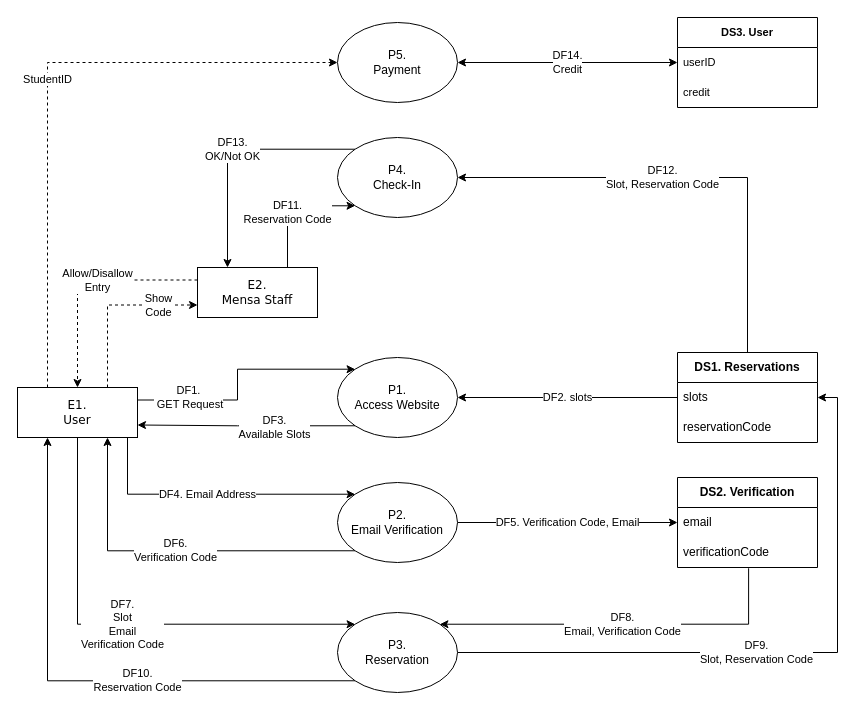
This is page "Complete DFD" (1 of 6) of PETS/PETS_Project1_DFD.drawio from Tobi2K/diagrams.net, a draw.io file, before an edit. Source tidied: cells renumbered, new cells numbered last; positions are measured from the earlier drawing's top-left corner, leaving out a move shared by most shapes. Both pictures are drawn from the tidied source at 100%, with x=0, y=0 at pixel (17, 17).
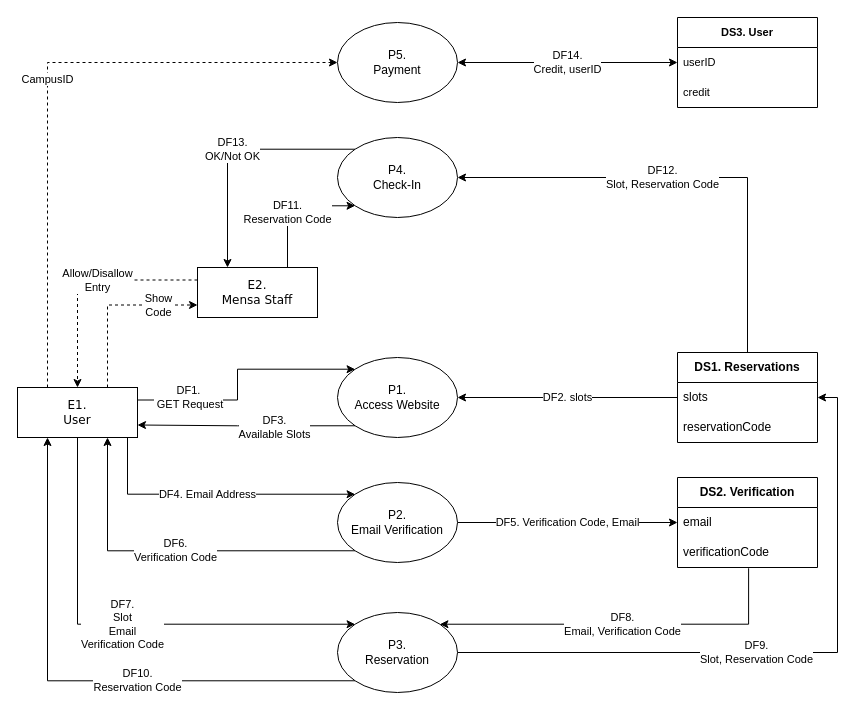
The same page after the edit.

The change refers to these unchanged cells:
```xml
<mxCell id="7" value="&lt;div&gt;E1. &lt;br&gt;&lt;/div&gt;&lt;div&gt;User&lt;/div&gt;" style="whiteSpace=wrap;html=1;rounded=0;shadow=0;comic=0;labelBackgroundColor=none;strokeWidth=1;fontFamily=Verdana;fontSize=12;align=center;" parent="1" vertex="1">
  <mxGeometry y="370" width="120" height="50" as="geometry" />
</mxCell>
<mxCell id="20" value="&lt;div&gt;P5.&lt;/div&gt;&lt;div&gt;Payment&lt;br&gt;&lt;/div&gt;" style="ellipse;whiteSpace=wrap;html=1;" parent="1" vertex="1">
  <mxGeometry x="320" y="5" width="120" height="80" as="geometry" />
</mxCell>
<mxCell id="30" value="userID" style="text;strokeColor=none;fillColor=none;align=left;verticalAlign=middle;spacingLeft=4;spacingRight=4;overflow=hidden;points=[[0,0.5],[1,0.5]];portConstraint=eastwest;whiteSpace=wrap;html=1;fontSize=11;" parent="29" vertex="1">
  <mxGeometry y="30" width="140" height="30" as="geometry" />
</mxCell>
```

The edit, as a diff of the source:
```diff
@@
-    <mxCell id="4" value="&lt;div&gt;StudentID&lt;br&gt;&lt;/div&gt;" style="edgeStyle=orthogonalEdgeStyle;rounded=0;jettySize=auto;html=1;exitX=0.25;exitY=0;exitDx=0;exitDy=0;entryX=0;entryY=0.5;entryDx=0;entryDy=0;dashed=1;" parent="1" edge="1" source="7" target="20">
+    <mxCell id="4" value="&lt;div&gt;CampusID&lt;/div&gt;" style="edgeStyle=orthogonalEdgeStyle;rounded=0;jettySize=auto;html=1;exitX=0.25;exitY=0;exitDx=0;exitDy=0;entryX=0;entryY=0.5;entryDx=0;entryDy=0;dashed=1;" parent="1" edge="1" source="7" target="20">
       <mxGeometry relative="1" as="geometry" />
     </mxCell>
@@
-    <mxCell id="21" value="DF14.&lt;div&gt;Credit&lt;br&gt;&lt;/div&gt;" style="edgeStyle=orthogonalEdgeStyle;rounded=0;jettySize=auto;html=1;exitX=0;exitY=0.5;exitDx=0;exitDy=0;entryX=1;entryY=0.5;entryDx=0;entryDy=0;startArrow=classic;startFill=1;" parent="1" edge="1" source="30" target="20">
+    <mxCell id="21" value="DF14.&lt;div&gt;Credit, userID&lt;br&gt;&lt;/div&gt;" style="edgeStyle=orthogonalEdgeStyle;rounded=0;jettySize=auto;html=1;exitX=0;exitY=0.5;exitDx=0;exitDy=0;entryX=1;entryY=0.5;entryDx=0;entryDy=0;startArrow=classic;startFill=1;" parent="1" edge="1" source="30" target="20">
       <mxGeometry relative="1" as="geometry" />
     </mxCell>
```
